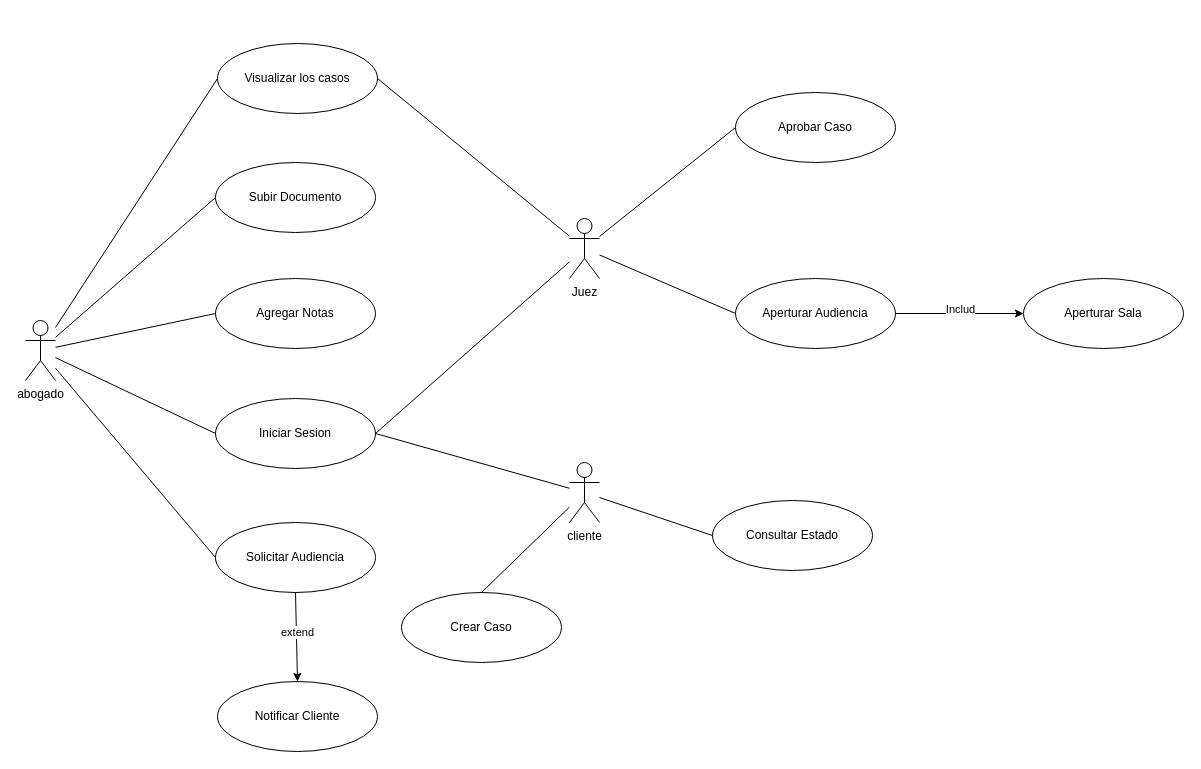
Before: casos de uso.drawio in Matias240504/Diagramas, a draw.io diagram. Source tidied: cells renumbered, new cells numbered last; positions are measured from the earlier drawing's top-left corner, leaving out a move shared by most shapes. Both pictures are drawn from the tidied source at 100%, with x=0, y=0 at pixel (25, 43).
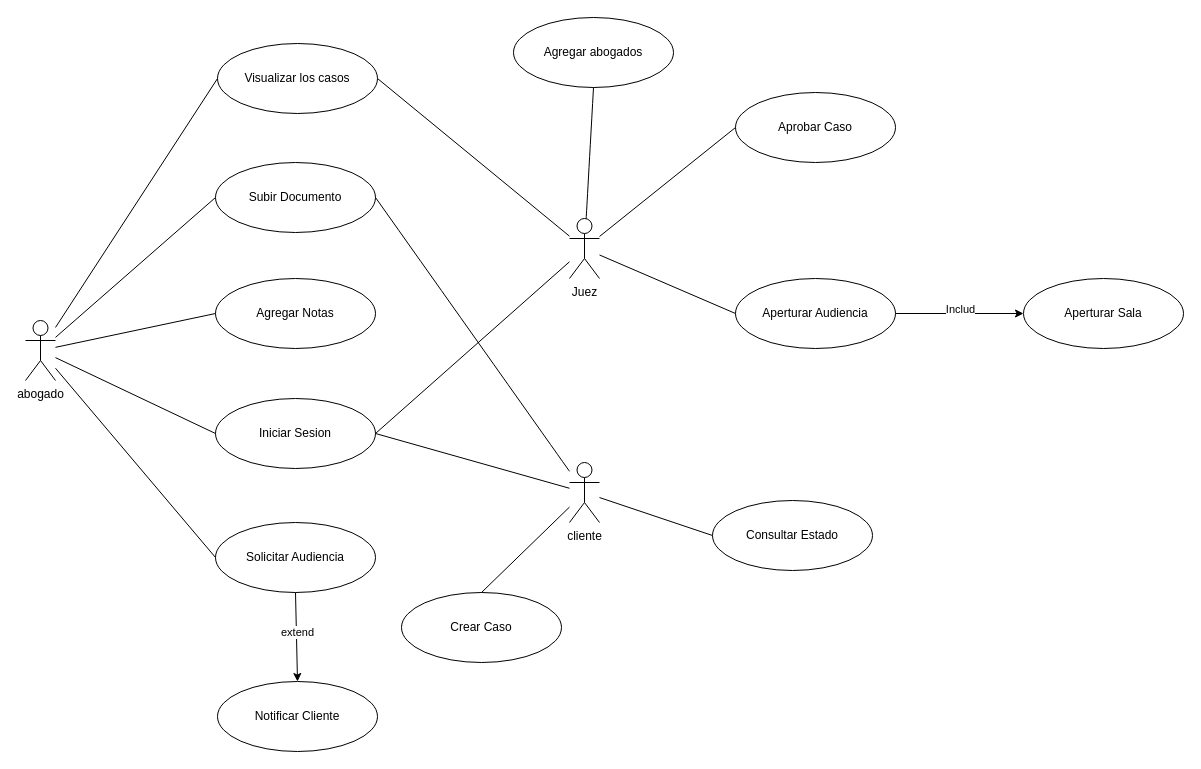
After the change.

Commit message:
Modificando diagrama de casos de uso, no modificado IMG

The change refers to these unchanged cells:
```xml
<mxCell id="4" value="cliente" style="shape=umlActor;verticalLabelPosition=bottom;verticalAlign=top;html=1;outlineConnect=0;" parent="1" vertex="1">
  <mxGeometry x="544" y="419" width="30" height="60" as="geometry" />
</mxCell>
<mxCell id="5" value="Subir Documento" style="ellipse;whiteSpace=wrap;html=1;" parent="1" vertex="1">
  <mxGeometry x="190" y="119" width="160" height="70" as="geometry" />
</mxCell>
<mxCell id="22" value="Juez" style="shape=umlActor;verticalLabelPosition=bottom;verticalAlign=top;html=1;outlineConnect=0;" parent="1" vertex="1">
  <mxGeometry x="544" y="175" width="30" height="60" as="geometry" />
</mxCell>
```

The edit, as a diff of the source:
```diff
@@
+    <mxCell id="32" style="endArrow=none;html=1;rounded=0;fontSize=12;startSize=8;endSize=8;curved=1;entryX=1;entryY=0.5;entryDx=0;entryDy=0;" parent="1" edge="1" source="4" target="5">
+      <mxGeometry relative="1" as="geometry" />
+    </mxCell>
+    <mxCell id="33" value="Agregar abogados" style="ellipse;whiteSpace=wrap;html=1;" parent="1" vertex="1">
+      <mxGeometry x="488" y="-26" width="160" height="70" as="geometry" />
+    </mxCell>
+    <mxCell id="34" style="endArrow=none;html=1;rounded=0;fontSize=12;startSize=8;endSize=8;curved=1;entryX=0.5;entryY=1;entryDx=0;entryDy=0;" parent="1" edge="1" source="22" target="33">
+      <mxGeometry relative="1" as="geometry" />
+    </mxCell>
```
